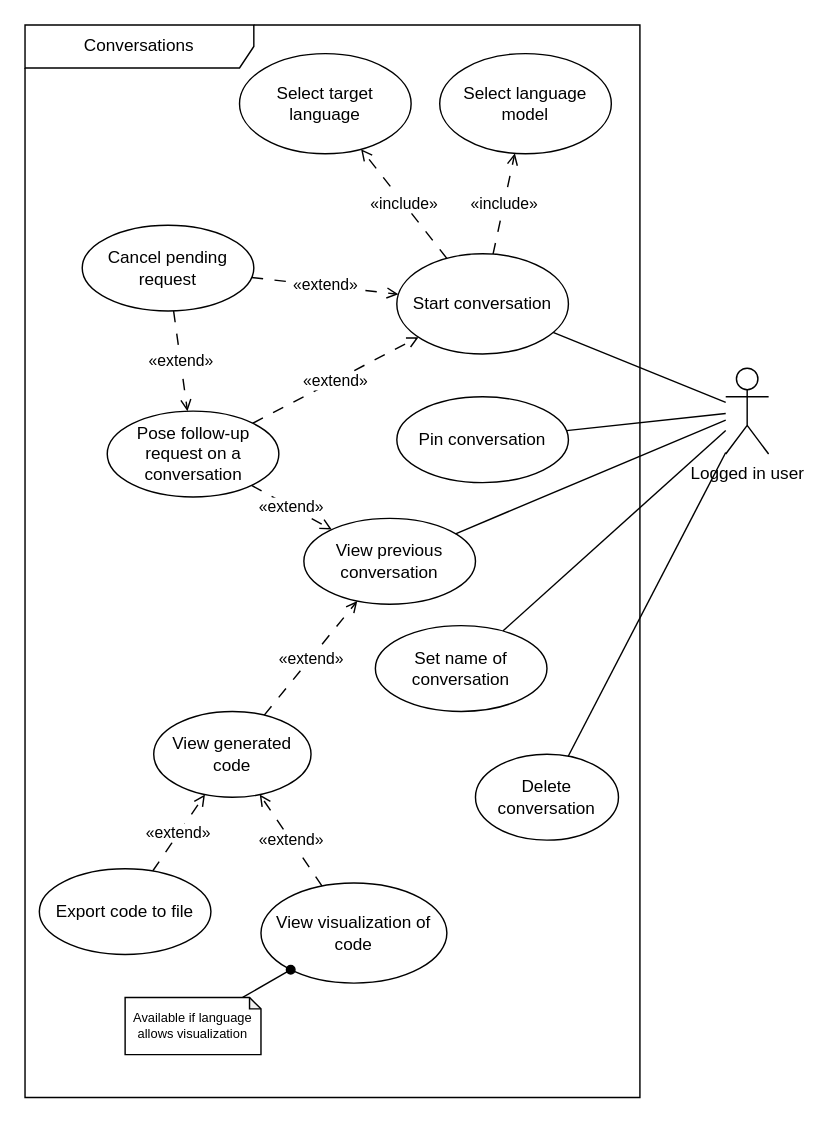
Above: drawio/uc_conversations.drawio in codex-pumpkin/requirements-analysis (draw.io), before the change. Source tidied: cells renumbered, new cells numbered last; positions are measured from the earlier drawing's top-left corner, leaving out a move shared by most shapes. Both pictures are drawn from the tidied source at 143%, with x=0, y=0 at pixel (24, 24).
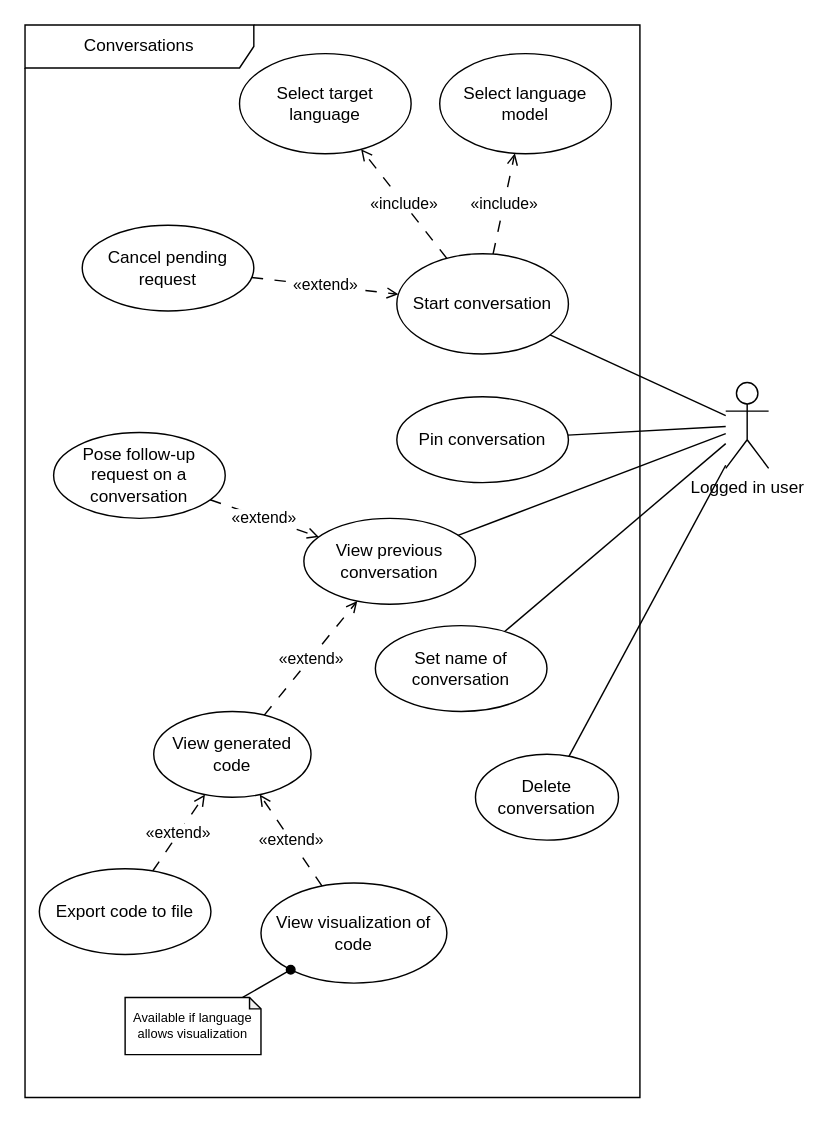
The same page after the edit.

The change refers to these unchanged cells:
```xml
<mxCell id="7" value="Conversations" style="shape=umlFrame;whiteSpace=wrap;html=1;width=160;" parent="1" vertex="1">
  <mxGeometry width="430" height="750" as="geometry" />
</mxCell>
<mxCell id="10" value="Start conversation" style="ellipse;whiteSpace=wrap;html=1;" parent="7" vertex="1">
  <mxGeometry x="260" y="160" width="120" height="70" as="geometry" />
</mxCell>
<mxCell id="25" value="Cancel pending request" style="ellipse;whiteSpace=wrap;html=1;" parent="7" vertex="1">
  <mxGeometry x="40" y="140" width="120" height="60" as="geometry" />
</mxCell>
```

Diff of the diagram source:
```diff
@@
     <mxCell id="6" value="Logged in user" style="shape=umlActor;html=1;verticalLabelPosition=bottom;verticalAlign=top;align=center;" parent="1" vertex="1">
-      <mxGeometry x="490" y="240" width="30" height="60" as="geometry" />
+      <mxGeometry x="490" y="250" width="30" height="60" as="geometry" />
     </mxCell>
@@
-    <mxCell id="19" value="«extend»" style="rounded=0;jettySize=auto;html=1;dashed=1;dashPattern=8 8;endArrow=open;endFill=0;" parent="7" edge="1" source="21" target="10">
-      <mxGeometry relative="1" as="geometry" />
-    </mxCell>
@@
     <mxCell id="21" value="Pose follow-up request on a conversation" style="ellipse;whiteSpace=wrap;html=1;" parent="7" vertex="1">
-      <mxGeometry x="57.5" y="270" width="120" height="60" as="geometry" />
+      <mxGeometry x="20" y="285" width="120" height="60" as="geometry" />
     </mxCell>
@@
-    <mxCell id="24" value="«extend»" style="rounded=0;jettySize=auto;html=1;dashed=1;dashPattern=8 8;endArrow=open;endFill=0;" parent="7" edge="1" source="25" target="21">
-      <mxGeometry relative="1" as="geometry" />
-    </mxCell>
```
